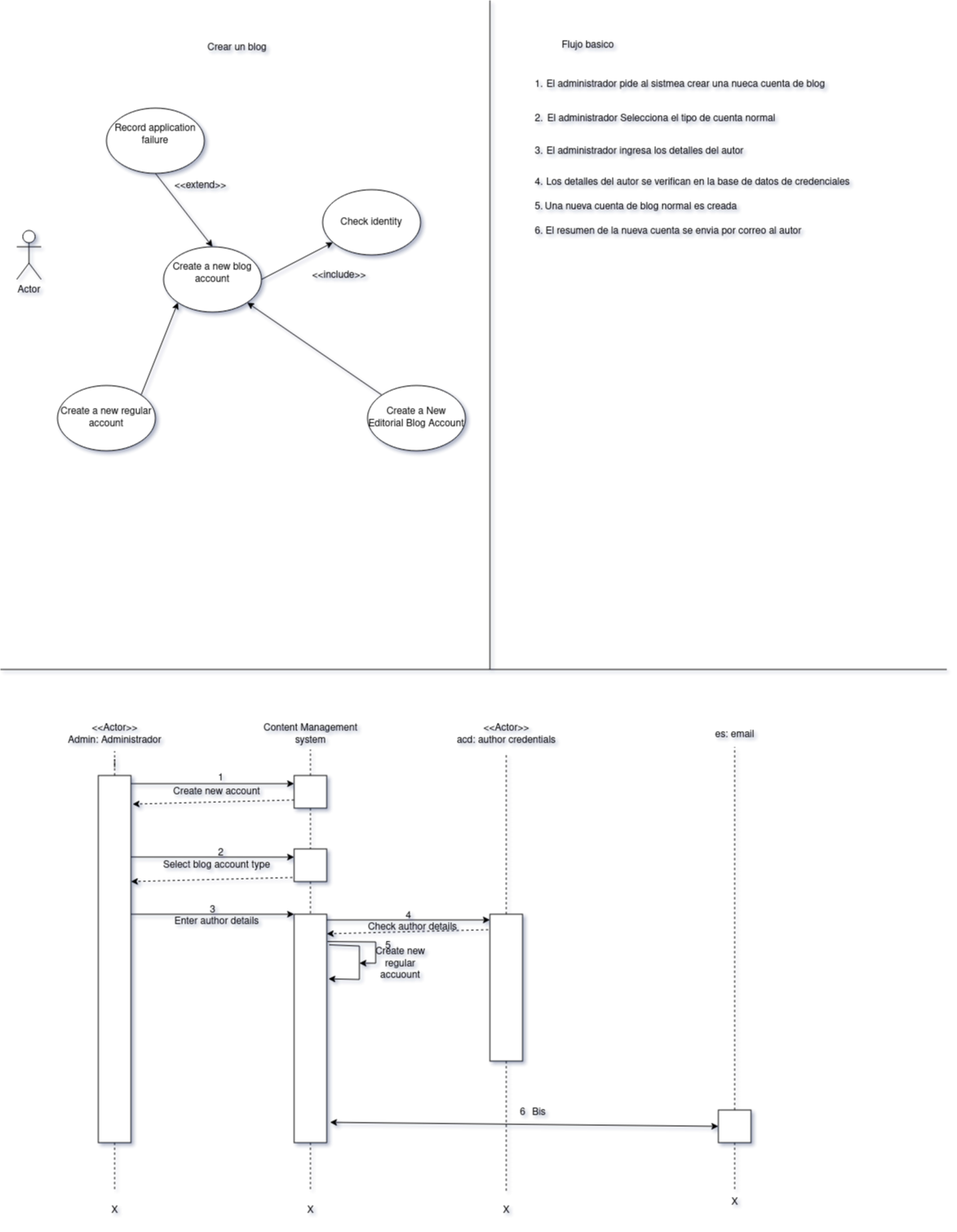
Before: DSejemplo.drawio.png, a diagram exported from draw.io (GermanOjeda/Tarea-ETS). Source tidied: cells renumbered, new cells last; positions are measured from the earlier drawing's top-left corner, leaving out a move shared by most shapes.
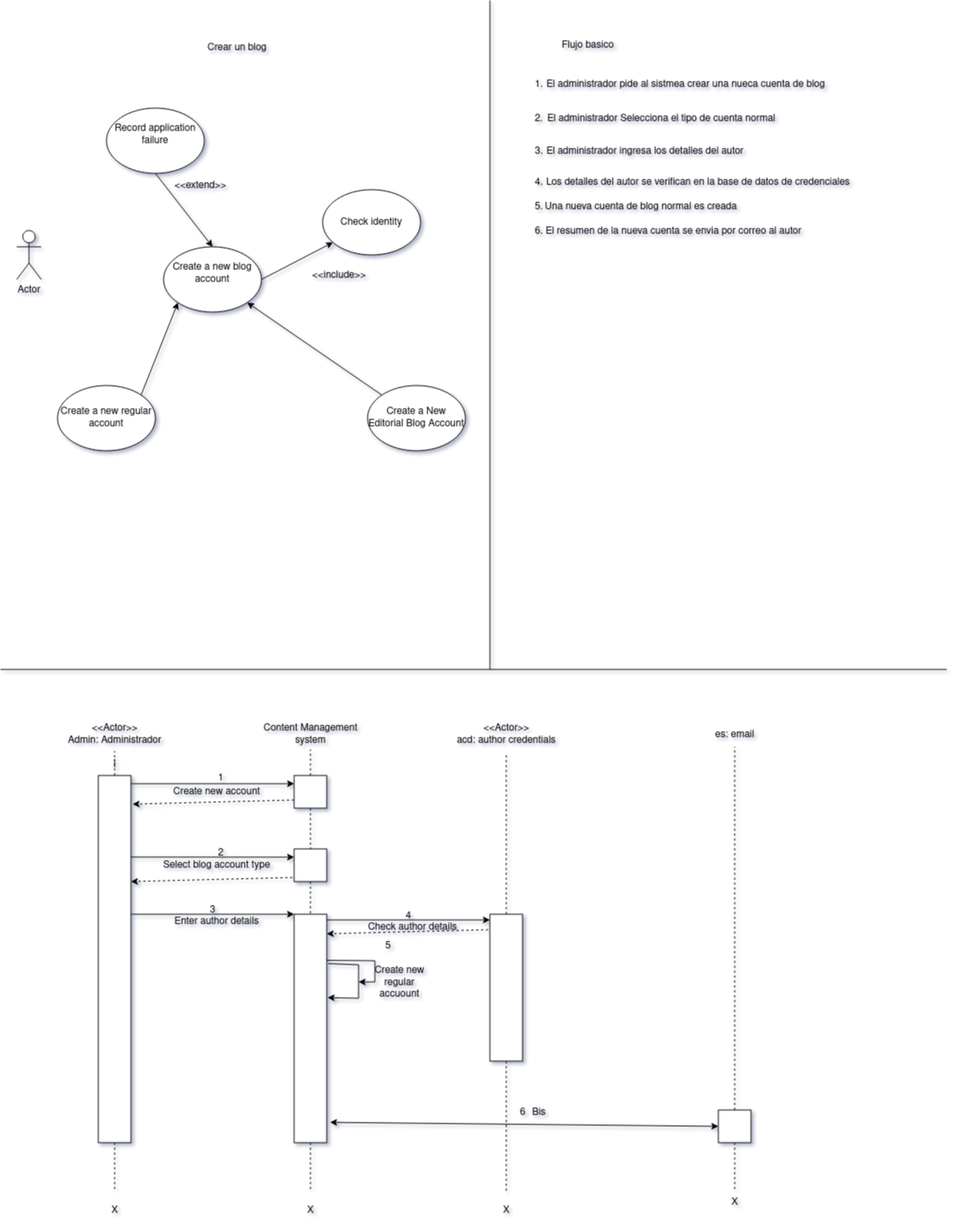
Above is the later version.

The edit, as a diff of the source:
```diff
@@ -199,21 +199,23 @@
         <mxPoint x="400" y="1144" as="targetPoint" />
       </mxGeometry>
     </mxCell>
-    <mxCell id="59" style="endArrow=classic;html=1;rounded=0;exitX=1.075;exitY=0.134;exitDx=0;exitDy=0;exitPerimeter=0;entryX=1.05;entryY=0.283;entryDx=0;entryDy=0;entryPerimeter=0;" parent="1" edge="1" source="48" target="48">
+    <mxCell id="59" style="endArrow=classic;html=1;rounded=0;exitX=1.075;exitY=0.134;exitDx=0;exitDy=0;exitPerimeter=0;entryX=1.05;entryY=0.283;entryDx=0;entryDy=0;entryPerimeter=0;" parent="1" edge="1">
       <mxGeometry relative="1" as="geometry">
+        <mxPoint x="402" y="1180.5" as="sourcePoint" />
+        <mxPoint x="401" y="1222.2" as="targetPoint" />
         <Array as="points">
-          <mxPoint x="440" y="1159" />
-          <mxPoint x="440" y="1200" />
+          <mxPoint x="439" y="1182" />
+          <mxPoint x="439" y="1223" />
         </Array>
       </mxGeometry>
     </mxCell>
     <mxCell id="60" style="endArrow=classic;html=1;rounded=0;exitX=1.075;exitY=0.134;exitDx=0;exitDy=0;exitPerimeter=0;" parent="1" edge="1">
       <mxGeometry relative="1" as="geometry">
-        <mxPoint x="401" y="1153.5" as="sourcePoint" />
-        <mxPoint x="440" y="1180" as="targetPoint" />
+        <mxPoint x="400" y="1176.5" as="sourcePoint" />
+        <mxPoint x="439" y="1203" as="targetPoint" />
         <Array as="points">
-          <mxPoint x="460" y="1154" />
-          <mxPoint x="460" y="1180" />
+          <mxPoint x="459" y="1177" />
+          <mxPoint x="459" y="1203" />
         </Array>
       </mxGeometry>
     </mxCell>
@@ -221,7 +223,7 @@
       <mxGeometry x="460" y="1144" width="30" height="30" as="geometry" />
     </mxCell>
     <mxCell id="62" value="&lt;div&gt;Create new&lt;/div&gt;&lt;div&gt;regular&lt;/div&gt;&lt;div&gt;accuount&lt;br&gt;&lt;/div&gt;" style="text;html=1;align=center;verticalAlign=middle;strokeColor=none;fillColor=none;" parent="1" vertex="1">
-      <mxGeometry x="450" y="1151" width="80" height="60" as="geometry" />
+      <mxGeometry x="449" y="1174" width="80" height="60" as="geometry" />
     </mxCell>
     <mxCell id="63" value="&lt;div&gt;es: email&lt;/div&gt;" style="text;html=1;align=center;verticalAlign=middle;points=[];strokeColor=none;fillColor=none;" parent="1" vertex="1">
       <mxGeometry x="865" y="885" width="70" height="30" as="geometry" />
```
